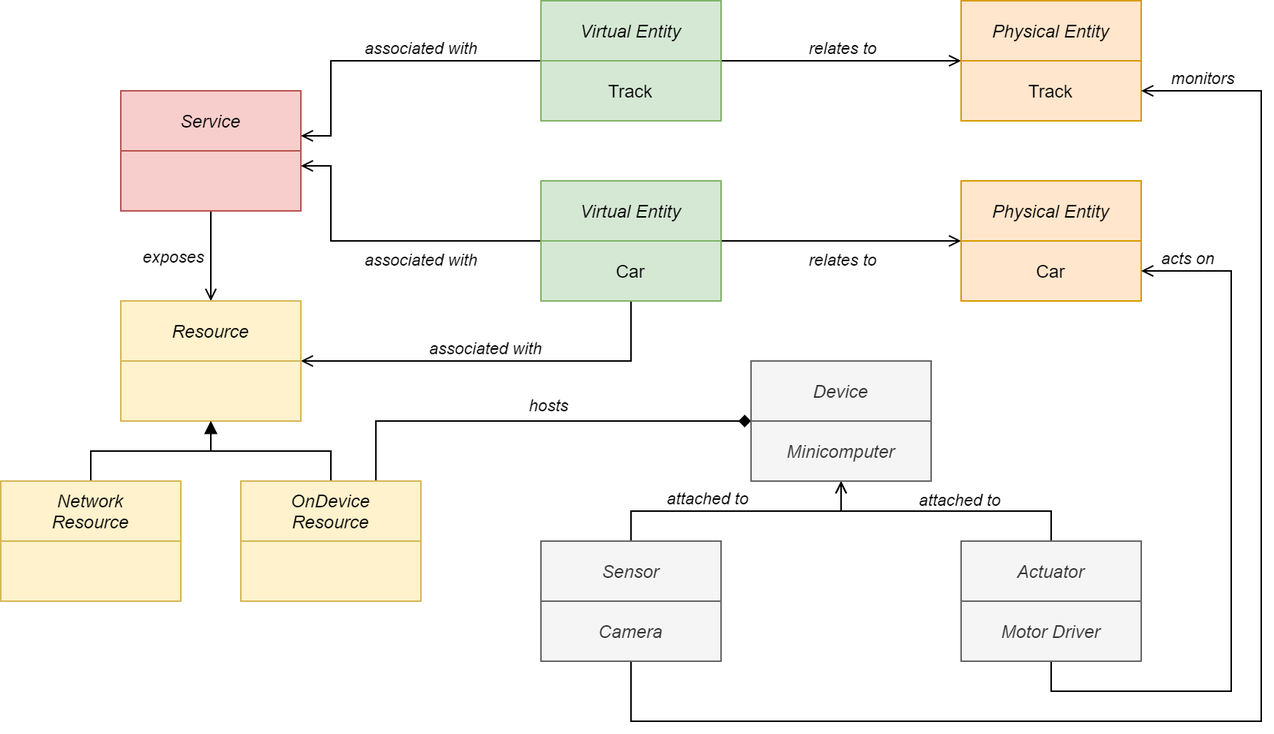
Before: images/Step3.png, a diagram exported from draw.io (reshma58/IOT_ProjectReport). Source tidied: cells renumbered, new cells last; positions are measured from the earlier drawing's top-left corner, leaving out a move shared by most shapes.
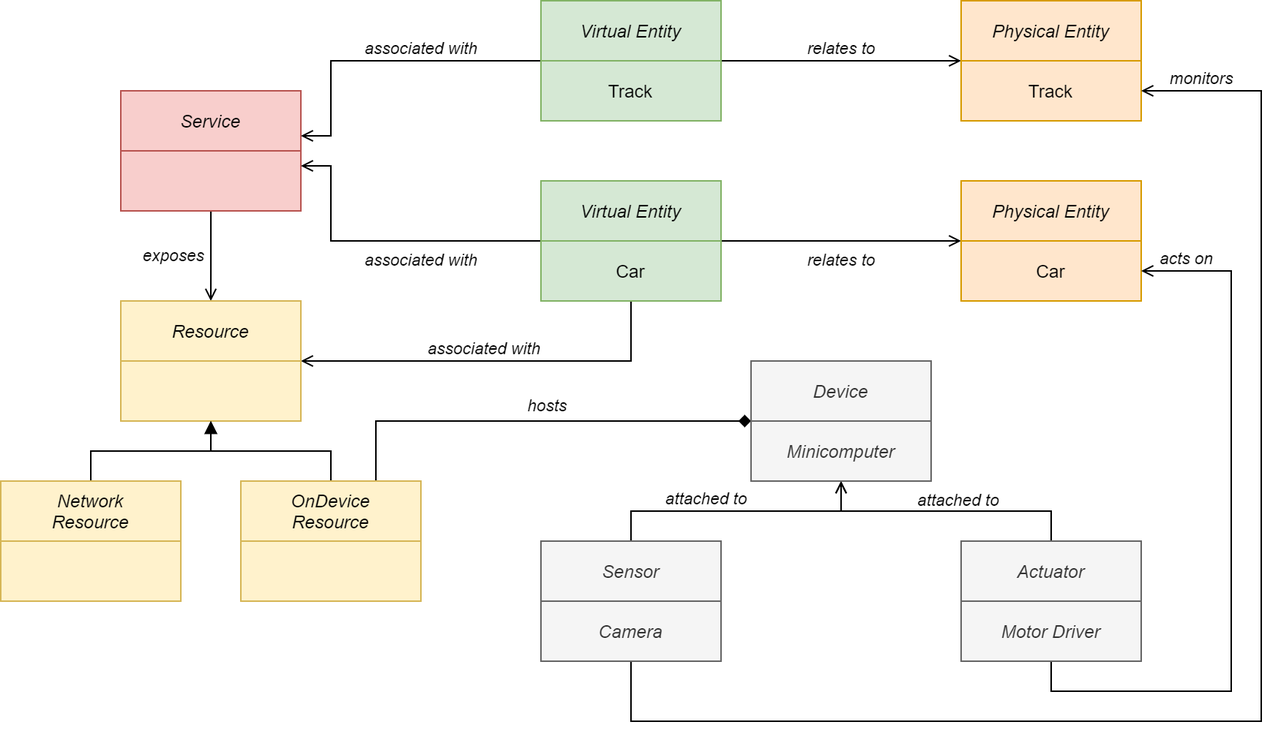
Above is the later version.

Diff of the diagram source:
```diff
@@ -13,7 +13,7 @@
         </Array>
       </mxGeometry>
     </mxCell>
-    <mxCell id="4" value="exposes" style="edgeLabel;html=1;align=right;verticalAlign=middle;labelPosition=left;verticalLabelPosition=middle;spacingLeft=0;spacingRight=4;fontStyle=2;" parent="3" vertex="1">
+    <mxCell id="4" value="exposes" style="edgeLabel;html=1;align=right;verticalAlign=middle;labelPosition=left;verticalLabelPosition=middle;spacingLeft=0;spacingRight=4;fontStyle=2;labelBackgroundColor=none;" parent="3" vertex="1">
       <mxGeometry x="-0.28" y="-2" relative="1" as="geometry">
         <mxPoint x="2" y="8.4" as="offset" />
       </mxGeometry>
@@ -32,16 +32,11 @@
         </Array>
       </mxGeometry>
     </mxCell>
-    <mxCell id="8" value="relates to" style="edgeLabel;html=1;align=center;verticalAlign=bottom;labelPosition=center;verticalLabelPosition=top;" parent="7" vertex="1">
+    <mxCell id="8" value="relates to" style="edgeLabel;html=1;align=center;verticalAlign=bottom;labelPosition=center;verticalLabelPosition=top;fontStyle=2;labelBackgroundColor=none;" parent="7" vertex="1">
       <mxGeometry x="-0.15" y="3" relative="1" as="geometry">
         <mxPoint x="12.4" y="3" as="offset" />
       </mxGeometry>
     </mxCell>
-    <mxCell id="9" value="relates to" style="edgeLabel;html=1;align=center;verticalAlign=bottom;labelPosition=center;verticalLabelPosition=top;fontStyle=2;" parent="7" vertex="1">
-      <mxGeometry x="-0.15" y="3" relative="1" as="geometry">
-        <mxPoint x="12" y="3" as="offset" />
-      </mxGeometry>
-    </mxCell>
     <mxCell id="10" style="edgeStyle=orthogonalEdgeStyle;rounded=0;jettySize=auto;html=1;exitX=0;exitY=0;exitDx=0;exitDy=0;entryX=1;entryY=0.75;entryDx=0;entryDy=0;endArrow=open;endFill=0;" parent="1" edge="1" source="12" target="2">
       <mxGeometry relative="1" as="geometry">
         <Array as="points">
@@ -50,7 +45,7 @@
         </Array>
       </mxGeometry>
     </mxCell>
-    <mxCell id="11" value="associated with" style="edgeLabel;html=1;align=center;verticalAlign=bottom;labelPosition=center;verticalLabelPosition=top;fontStyle=2;" parent="10" vertex="1">
+    <mxCell id="11" value="associated with" style="edgeLabel;html=1;align=center;verticalAlign=bottom;labelPosition=center;verticalLabelPosition=top;fontStyle=2;labelBackgroundColor=none;" parent="10" vertex="1">
       <mxGeometry x="-0.17" y="2" relative="1" as="geometry">
         <mxPoint x="6.9" y="-2" as="offset" />
       </mxGeometry>
@@ -66,7 +61,7 @@
         </Array>
       </mxGeometry>
     </mxCell>
-    <mxCell id="14" value="associated with" style="edgeLabel;html=1;align=center;verticalAlign=top;labelPosition=center;verticalLabelPosition=bottom;fontStyle=2;" parent="13" vertex="1">
+    <mxCell id="14" value="associated with" style="edgeLabel;html=1;align=center;verticalAlign=top;labelPosition=center;verticalLabelPosition=bottom;fontStyle=2;labelBackgroundColor=none;" parent="13" vertex="1">
       <mxGeometry x="-0.11" y="1" relative="1" as="geometry">
         <mxPoint x="13.8" y="-1" as="offset" />
       </mxGeometry>
@@ -82,7 +77,7 @@
         </Array>
       </mxGeometry>
     </mxCell>
-    <mxCell id="17" value="relates to" style="edgeLabel;html=1;align=center;verticalAlign=top;labelPosition=center;verticalLabelPosition=bottom;fontStyle=2;" parent="16" vertex="1">
+    <mxCell id="17" value="relates to" style="edgeLabel;html=1;align=center;verticalAlign=top;labelPosition=center;verticalLabelPosition=bottom;fontStyle=2;labelBackgroundColor=none;" parent="16" vertex="1">
       <mxGeometry x="-0.1" y="1" relative="1" as="geometry">
         <mxPoint x="8.3" y="1" as="offset" />
       </mxGeometry>
@@ -94,7 +89,7 @@
         </Array>
       </mxGeometry>
     </mxCell>
-    <mxCell id="19" value="associated with" style="edgeLabel;html=1;align=center;verticalAlign=bottom;labelPosition=center;verticalLabelPosition=top;fontStyle=2;" parent="18" vertex="1">
+    <mxCell id="19" value="associated with" style="edgeLabel;html=1;align=center;verticalAlign=bottom;labelPosition=center;verticalLabelPosition=top;fontStyle=2;labelBackgroundColor=none;" parent="18" vertex="1">
       <mxGeometry x="0.06" y="-1" relative="1" as="geometry">
         <mxPoint y="1" as="offset" />
       </mxGeometry>
@@ -139,7 +134,7 @@
         </Array>
       </mxGeometry>
     </mxCell>
-    <mxCell id="32" value="hosts" style="edgeLabel;html=1;align=center;verticalAlign=bottom;labelPosition=center;verticalLabelPosition=top;fontStyle=2;" parent="31" vertex="1">
+    <mxCell id="32" value="hosts" style="edgeLabel;html=1;align=center;verticalAlign=bottom;labelPosition=center;verticalLabelPosition=top;fontStyle=2;labelBackgroundColor=none;" parent="31" vertex="1">
       <mxGeometry x="0.06" y="2" relative="1" as="geometry" />
     </mxCell>
     <mxCell id="33" value="OnDevice&lt;br&gt;Resource" style="rounded=0;whiteSpace=wrap;html=1;fontStyle=2;fillColor=#fff2cc;strokeColor=#d6b656;" parent="1" vertex="1">
@@ -153,7 +148,7 @@
         <mxPoint x="560" y="320" as="targetPoint" />
       </mxGeometry>
     </mxCell>
-    <mxCell id="36" value="attached to" style="edgeLabel;html=1;align=center;verticalAlign=bottom;labelPosition=center;verticalLabelPosition=top;fontStyle=2;" parent="35" vertex="1">
+    <mxCell id="36" value="attached to" style="edgeLabel;html=1;align=center;verticalAlign=bottom;labelPosition=center;verticalLabelPosition=top;fontStyle=2;labelBackgroundColor=none;" parent="35" vertex="1">
       <mxGeometry x="-0.08" y="1" relative="1" as="geometry" />
     </mxCell>
     <mxCell id="37" value="Actuator" style="rounded=0;whiteSpace=wrap;html=1;fontStyle=2;fillColor=#f5f5f5;strokeColor=#666666;fontColor=#333333;" parent="1" vertex="1">
@@ -168,7 +163,7 @@
         </Array>
       </mxGeometry>
     </mxCell>
-    <mxCell id="39" value="acts on" style="edgeLabel;html=1;align=center;verticalAlign=bottom;labelPosition=center;verticalLabelPosition=top;fontStyle=2;" parent="38" vertex="1">
+    <mxCell id="39" value="acts on" style="edgeLabel;html=1;align=center;verticalAlign=bottom;labelPosition=center;verticalLabelPosition=top;fontStyle=2;labelBackgroundColor=none;" parent="38" vertex="1">
       <mxGeometry x="0.83" relative="1" as="geometry">
         <mxPoint x="-10.7" as="offset" />
       </mxGeometry>
@@ -179,7 +174,7 @@
     <mxCell id="41" style="edgeStyle=orthogonalEdgeStyle;rounded=0;jettySize=auto;html=1;entryX=0.5;entryY=1;entryDx=0;entryDy=0;endArrow=open;endFill=0;exitX=0.5;exitY=0;exitDx=0;exitDy=0;" parent="1" edge="1" source="43" target="48">
       <mxGeometry relative="1" as="geometry" />
     </mxCell>
-    <mxCell id="42" value="attached to" style="edgeLabel;html=1;align=center;verticalAlign=bottom;labelPosition=center;verticalLabelPosition=top;fontStyle=2;" parent="41" vertex="1">
+    <mxCell id="42" value="attached to" style="edgeLabel;html=1;align=center;verticalAlign=bottom;labelPosition=center;verticalLabelPosition=top;fontStyle=2;labelBackgroundColor=none;" parent="41" vertex="1">
       <mxGeometry x="-0.25" relative="1" as="geometry">
         <mxPoint x="3.1" as="offset" />
       </mxGeometry>
@@ -196,7 +191,7 @@
         </Array>
       </mxGeometry>
     </mxCell>
-    <mxCell id="45" value="monitors" style="edgeLabel;html=1;align=center;verticalAlign=bottom;labelPosition=center;verticalLabelPosition=top;fontStyle=2;" parent="44" vertex="1">
+    <mxCell id="45" value="monitors" style="edgeLabel;html=1;align=center;verticalAlign=bottom;labelPosition=center;verticalLabelPosition=top;fontStyle=2;labelBackgroundColor=none;" parent="44" vertex="1">
       <mxGeometry x="0.94" y="1" relative="1" as="geometry">
         <mxPoint x="12.4" y="-1" as="offset" />
       </mxGeometry>
```
